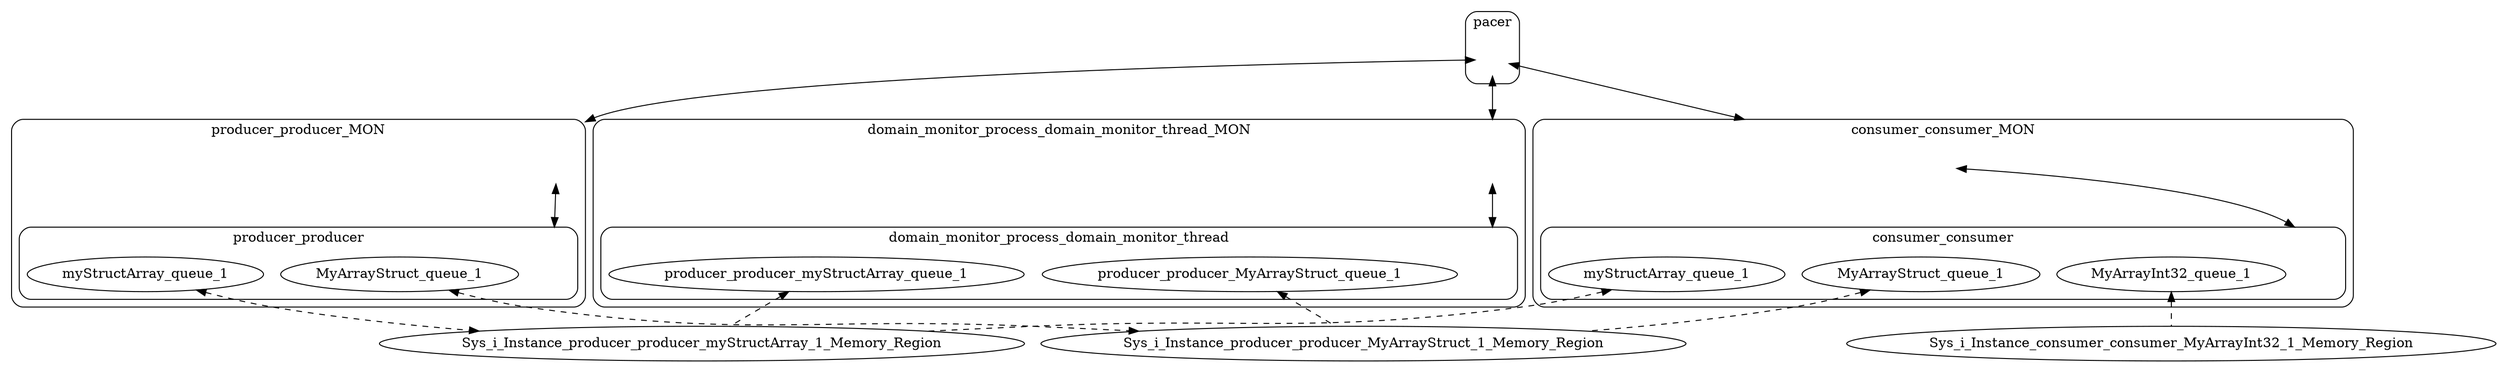
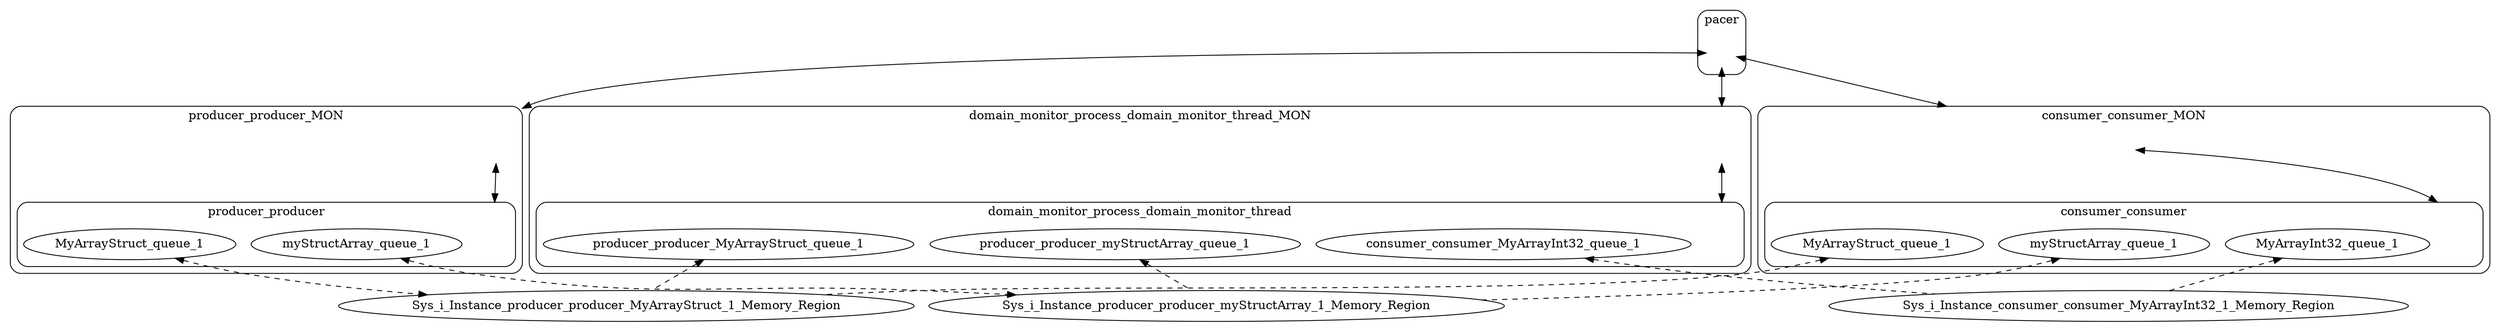
digraph microkit {
  compound=true;

  // Do not edit this file as it will be overwritten if HAMR codegen is rerun

  // protection domains
  graph [style=rounded]
  subgraph cluster_producer_producer_MON {
    label = "producer_producer_MON";
    producer_producer_MON_INVIS [label="", style=invis, width=.5, height=.5, fixedsize=true]

    graph [style=rounded]
    subgraph cluster_producer_producer {
      label = "producer_producer";
      producer_producer_INVIS [label="", style=invis, width=.5, height=.5, fixedsize=true]

      pd_producer_producer_myStructArray_queue_1 [label=myStructArray_queue_1];
      pd_producer_producer_MyArrayStruct_queue_1 [label=MyArrayStruct_queue_1];
    }
  }

  graph [style=rounded]
  subgraph cluster_consumer_consumer_MON {
    label = "consumer_consumer_MON";
    consumer_consumer_MON_INVIS [label="", style=invis, width=.5, height=.5, fixedsize=true]

    graph [style=rounded]
    subgraph cluster_consumer_consumer {
      label = "consumer_consumer";
      consumer_consumer_INVIS [label="", style=invis, width=.5, height=.5, fixedsize=true]

      pd_consumer_consumer_myStructArray_queue_1 [label=myStructArray_queue_1];
      pd_consumer_consumer_MyArrayStruct_queue_1 [label=MyArrayStruct_queue_1];
      pd_consumer_consumer_MyArrayInt32_queue_1 [label=MyArrayInt32_queue_1];
    }
  }

  graph [style=rounded]
  subgraph cluster_domain_monitor_process_domain_monitor_thread_MON {
    label = "domain_monitor_process_domain_monitor_thread_MON";
    domain_monitor_process_domain_monitor_thread_MON_INVIS [label="", style=invis, width=.5, height=.5, fixedsize=true]

    graph [style=rounded]
    subgraph cluster_domain_monitor_process_domain_monitor_thread {
      label = "domain_monitor_process_domain_monitor_thread";
      domain_monitor_process_domain_monitor_thread_INVIS [label="", style=invis, width=.5, height=.5, fixedsize=true]

      pd_domain_monitor_process_domain_monitor_thread_producer_producer_myStructArray_queue_1 [label=producer_producer_myStructArray_queue_1];
      pd_domain_monitor_process_domain_monitor_thread_producer_producer_MyArrayStruct_queue_1 [label=producer_producer_MyArrayStruct_queue_1];
+       pd_domain_monitor_process_domain_monitor_thread_consumer_consumer_MyArrayInt32_queue_1 [label=consumer_consumer_MyArrayInt32_queue_1];
    }
  }

  graph [style=rounded]
  subgraph cluster_pacer {
    label = "pacer";
    pacer_INVIS [label="", style=invis, width=.5, height=.5, fixedsize=true]

  }

  // memory regions
  Sys_i_Instance_producer_producer_myStructArray_1_Memory_Region;

  Sys_i_Instance_producer_producer_MyArrayStruct_1_Memory_Region;

  Sys_i_Instance_consumer_consumer_MyArrayInt32_1_Memory_Region;

  // channels
  pacer_INVIS -> producer_producer_MON_INVIS [lhead=cluster_producer_producer_MON, minlen=2, dir=both];
  producer_producer_MON_INVIS -> producer_producer_INVIS [lhead=cluster_producer_producer, minlen=2, dir=both];
  pacer_INVIS -> consumer_consumer_MON_INVIS [lhead=cluster_consumer_consumer_MON, minlen=2, dir=both];
  consumer_consumer_MON_INVIS -> consumer_consumer_INVIS [lhead=cluster_consumer_consumer, minlen=2, dir=both];
  pacer_INVIS -> domain_monitor_process_domain_monitor_thread_MON_INVIS [lhead=cluster_domain_monitor_process_domain_monitor_thread_MON, minlen=2, dir=both];
  domain_monitor_process_domain_monitor_thread_MON_INVIS -> domain_monitor_process_domain_monitor_thread_INVIS [lhead=cluster_domain_monitor_process_domain_monitor_thread, minlen=2, dir=both];

  // shared memory mappings
  pd_producer_producer_myStructArray_queue_1 -> Sys_i_Instance_producer_producer_myStructArray_1_Memory_Region [dir=both, style=dashed];
  pd_producer_producer_MyArrayStruct_queue_1 -> Sys_i_Instance_producer_producer_MyArrayStruct_1_Memory_Region [dir=both, style=dashed];
  pd_consumer_consumer_myStructArray_queue_1 -> Sys_i_Instance_producer_producer_myStructArray_1_Memory_Region [dir=back, style=dashed];
  pd_consumer_consumer_MyArrayStruct_queue_1 -> Sys_i_Instance_producer_producer_MyArrayStruct_1_Memory_Region [dir=back, style=dashed];
  pd_consumer_consumer_MyArrayInt32_queue_1 -> Sys_i_Instance_consumer_consumer_MyArrayInt32_1_Memory_Region [dir=back, style=dashed];
  pd_domain_monitor_process_domain_monitor_thread_producer_producer_myStructArray_queue_1 -> Sys_i_Instance_producer_producer_myStructArray_1_Memory_Region [dir=back, style=dashed];
  pd_domain_monitor_process_domain_monitor_thread_producer_producer_MyArrayStruct_queue_1 -> Sys_i_Instance_producer_producer_MyArrayStruct_1_Memory_Region [dir=back, style=dashed];
+   pd_domain_monitor_process_domain_monitor_thread_consumer_consumer_MyArrayInt32_queue_1 -> Sys_i_Instance_consumer_consumer_MyArrayInt32_1_Memory_Region [dir=back, style=dashed];
}